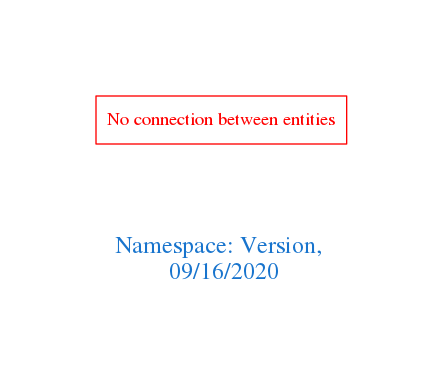
arago/OGIT keeps this Graphviz diagram as downloads/Version.png. Above is the earlier version. Its source is kept beside it as downloads/Version.dot.
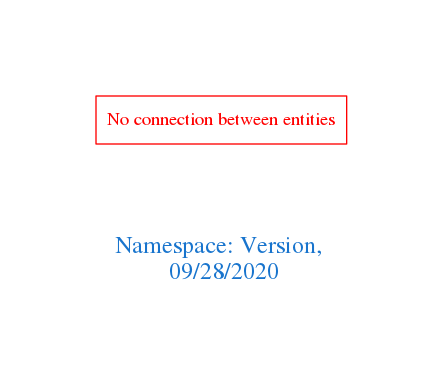
The same file after the commit.

The edit, as a diff of the source:
```diff
@@ -1,7 +1,7 @@
 digraph OGIT_ontology {
  graph [ rankdir= LR,pad=1
 fontsize = 18,
-fontcolor= dodgerblue3,label = "\n\n\nNamespace: Version, \n 09/16/2020"];
+fontcolor= dodgerblue3,label = "\n\n\nNamespace: Version, \n 09/28/2020"];
 node[shape=polygon];
 edge [  color="gray81"];
 
```
